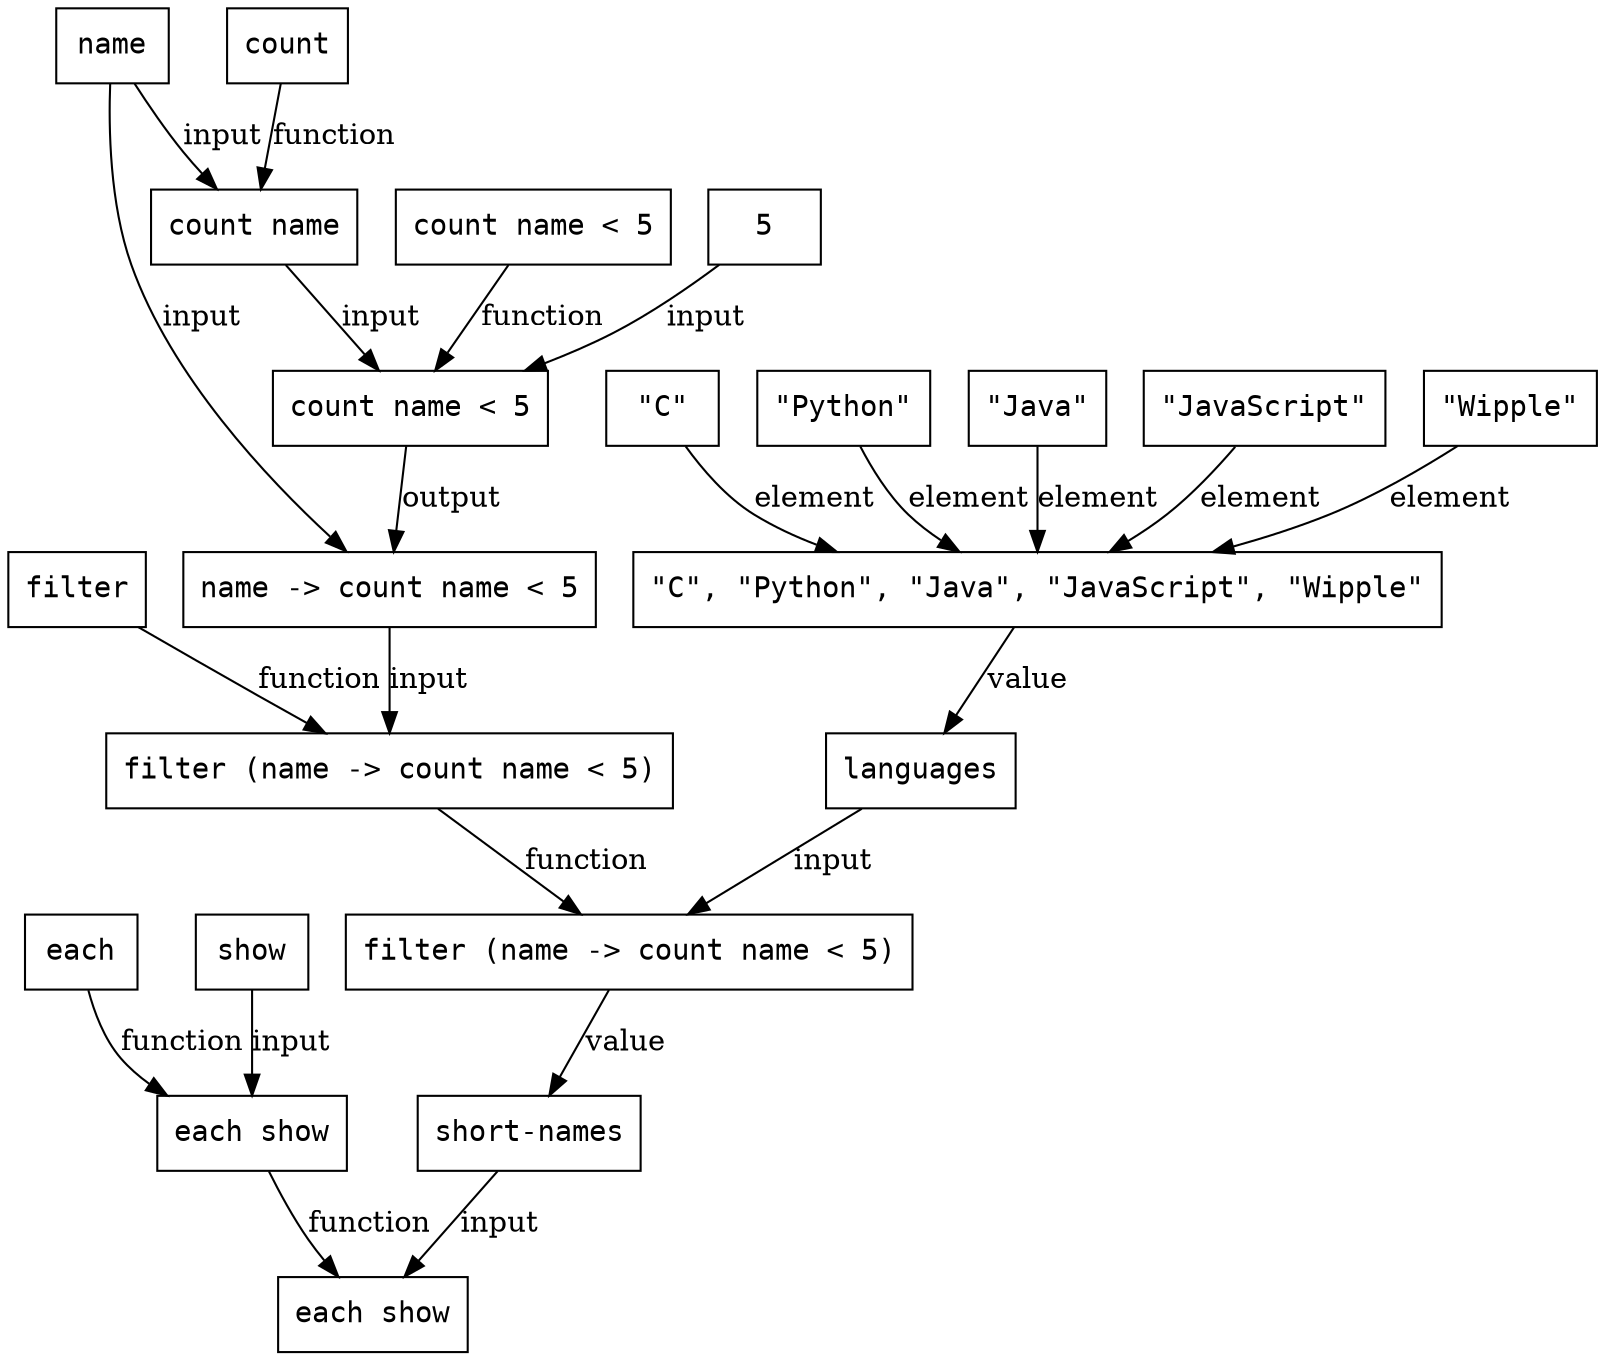
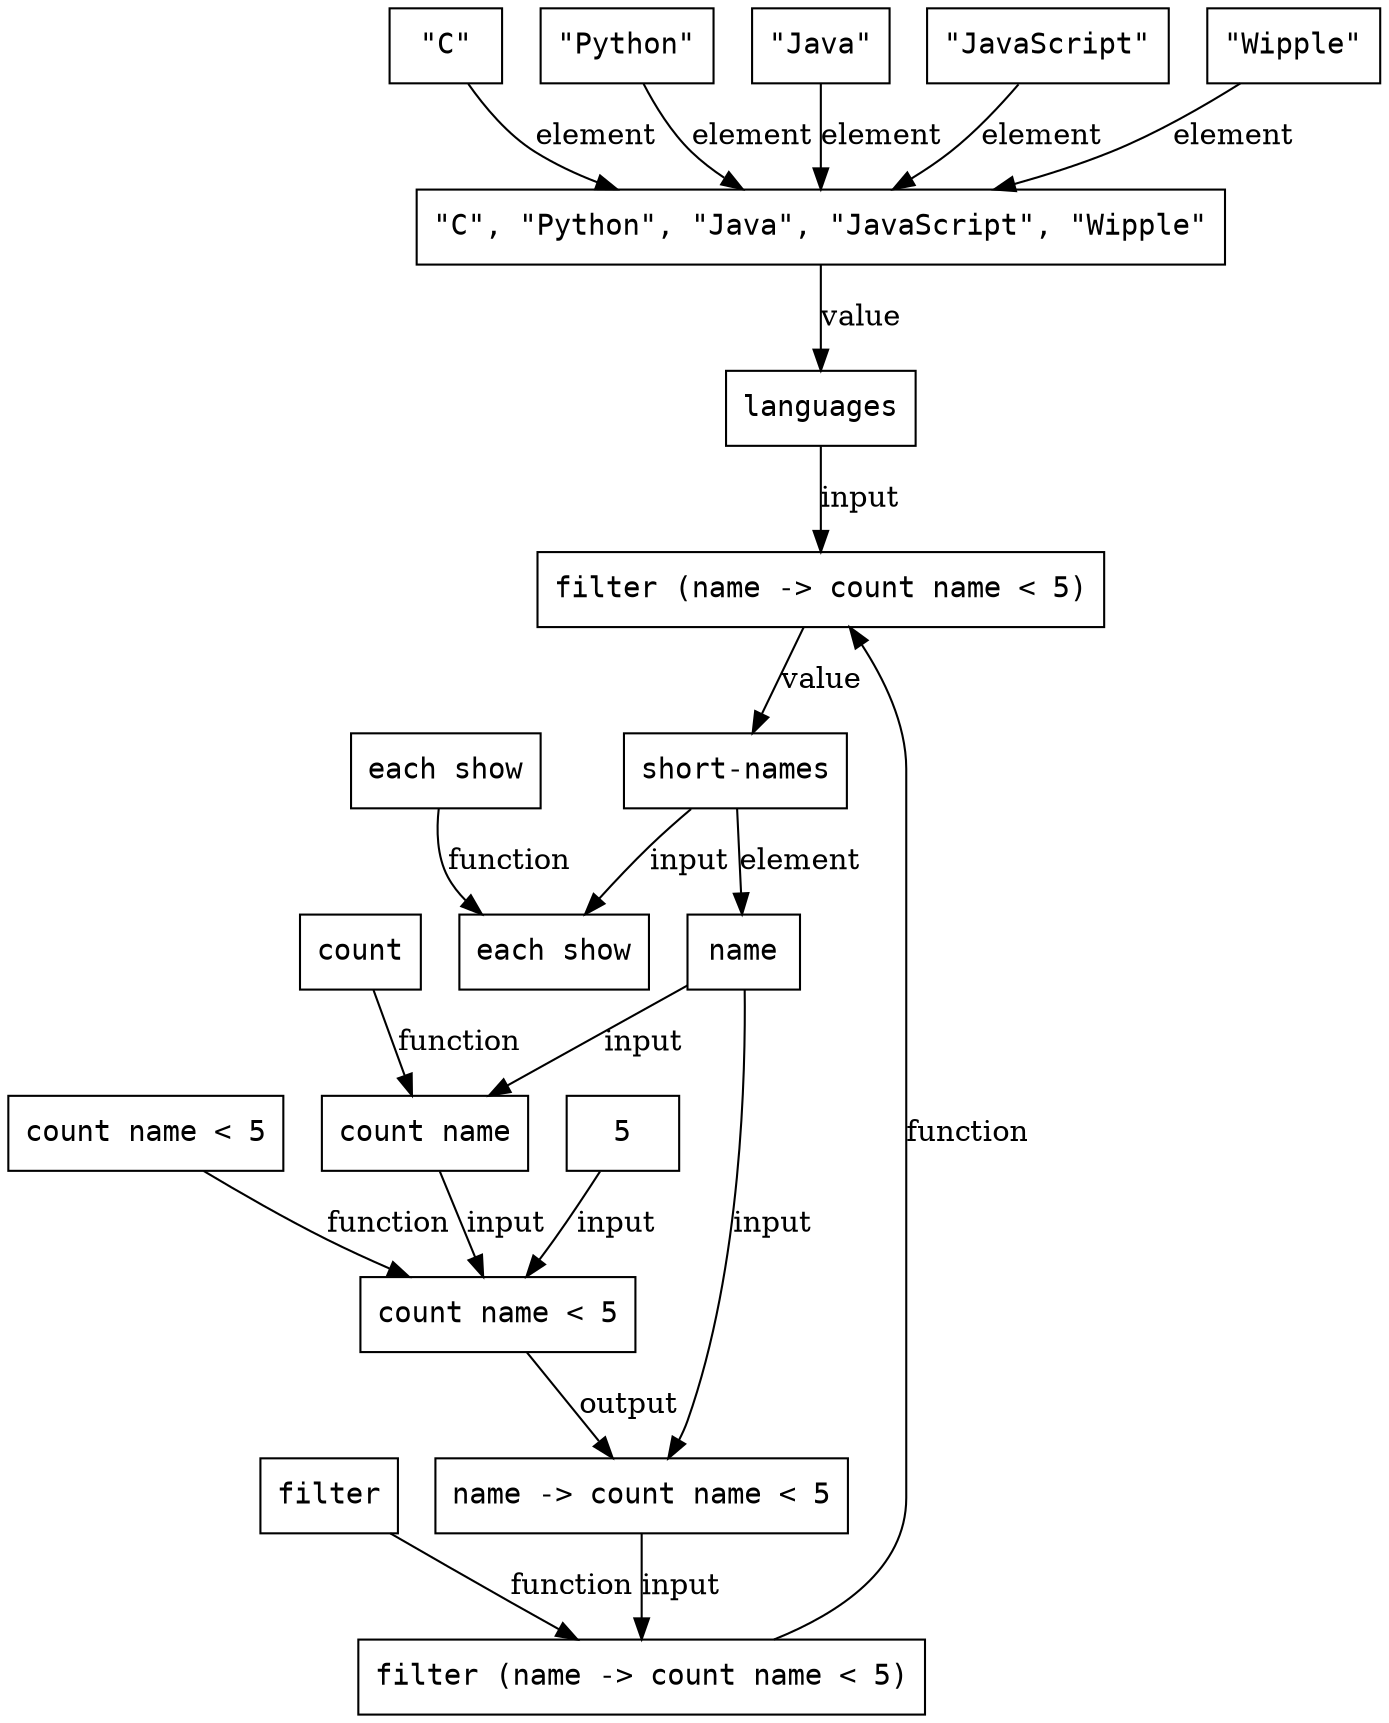
digraph G {
  node [shape=box, fontname=monospace]
  node_2_5 [label="\"C\", \"Python\", \"Java\", \"JavaScript\", \"Wipple\""]
  node_2_7 [label="\"C\""]
  node_2_8 [label="\"Python\""]
  node_2_9 [label="\"Java\""]
  node_2_10 [label="\"JavaScript\""]
  node_2_11 [label="\"Wipple\""]
  node_2_28 [label="languages"]
  node_2_30 [label="filter (name -> count name < 5)"]
  node_2_32 [label="filter (name -> count name < 5)"]
  node_2_33 [label="filter"]
  node_2_34 [label="name -> count name < 5"]
  node_2_35 [label="name"]
  node_2_37 [label="count name < 5"]
  node_2_38 [label="count name < 5"]
  node_2_39 [label="count name"]
  node_2_40 [label="count"]
  node_2_42 [label="5"]
  node_2_44 [label="short-names"]
  node_2_46 [label="each show"]
  node_2_48 [label="each show"]
-   node_2_49 [label="each"]
-   node_2_50 [label="show"]
  node_2_5 -> node_2_28 [label="value"]
  node_2_7 -> node_2_5 [label="element"]
  node_2_8 -> node_2_5 [label="element"]
  node_2_9 -> node_2_5 [label="element"]
  node_2_10 -> node_2_5 [label="element"]
  node_2_11 -> node_2_5 [label="element"]
  node_2_28 -> node_2_30 [label="input"]
  node_2_30 -> node_2_44 [label="value"]
  node_2_32 -> node_2_30 [label="function"]
  node_2_33 -> node_2_32 [label="function"]
  node_2_34 -> node_2_32 [label="input"]
  node_2_35 -> node_2_34 [label="input"]
  node_2_35 -> node_2_39 [label="input"]
  node_2_37 -> node_2_34 [label="output"]
  node_2_38 -> node_2_37 [label="function"]
  node_2_39 -> node_2_37 [label="input"]
  node_2_40 -> node_2_39 [label="function"]
  node_2_42 -> node_2_37 [label="input"]
+   node_2_44 -> node_2_35 [label="element"]
  node_2_44 -> node_2_46 [label="input"]
  node_2_48 -> node_2_46 [label="function"]
-   node_2_49 -> node_2_48 [label="function"]
-   node_2_50 -> node_2_48 [label="input"]
}
